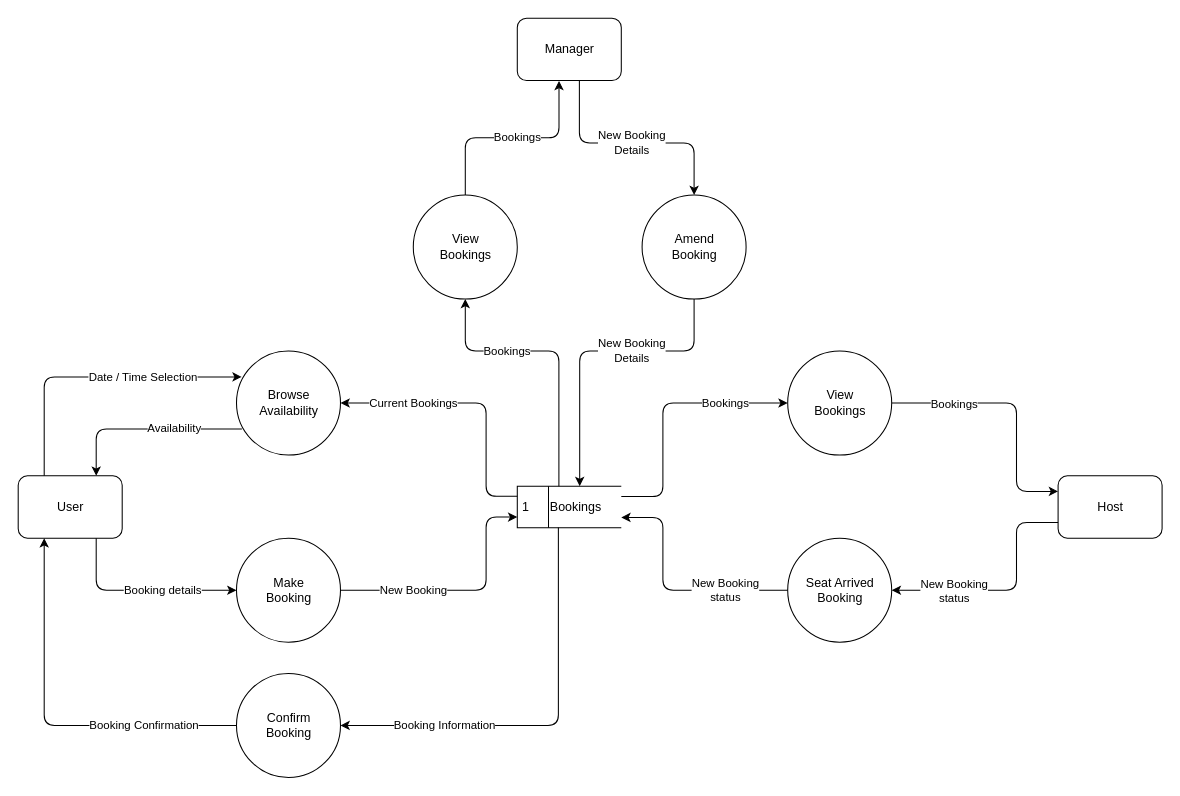
This is dataflow_diagram/dataflow_diagram_bookings.drawio from korayleigh/t3a2-a, a draw.io file, before an edit. Source tidied: cells renumbered, new cells numbered last; positions are measured from the earlier drawing's top-left corner, leaving out a move shared by most shapes. Both pictures are drawn from the tidied source at 104%, with x=0, y=0 at pixel (18, 18).
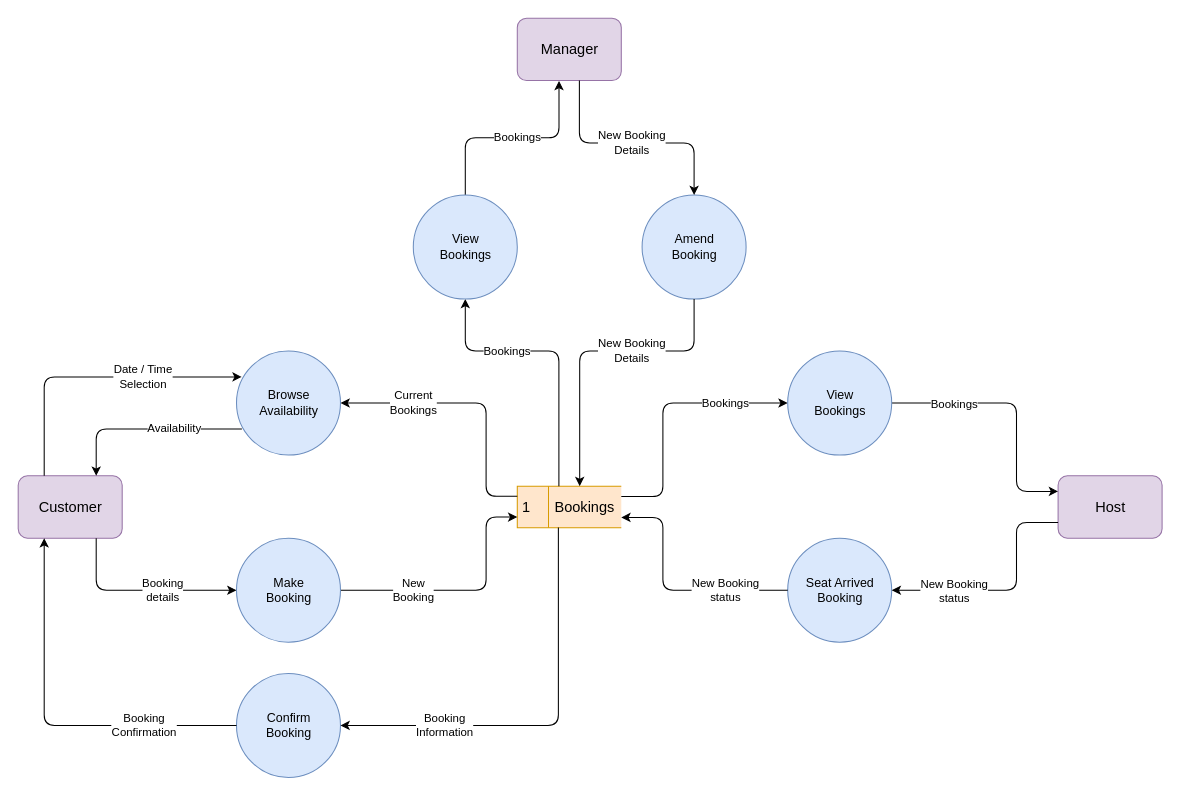
The same page after the edit.

Diff of the diagram source:
```diff
@@
-    <mxCell id="2" value="User" style="html=1;dashed=0;whitespace=wrap;rounded=1;" parent="1" vertex="1">
+    <mxCell id="2" value="Customer" style="html=1;dashed=0;whitespace=wrap;rounded=1;fontSize=14;fillColor=#e1d5e7;strokeColor=#9673a6;" parent="1" vertex="1">
       <mxGeometry y="440" width="100" height="60" as="geometry" />
     </mxCell>
-    <mxCell id="3" value="Booking details" style="endArrow=classic;html=1;edgeStyle=orthogonalEdgeStyle;rounded=1;entryX=0;entryY=0.5;entryDx=0;entryDy=0;exitX=0.75;exitY=1;exitDx=0;exitDy=0;" parent="1" edge="1" source="2" target="20">
+    <mxCell id="3" value="Booking&lt;br&gt;details" style="endArrow=classic;html=1;edgeStyle=orthogonalEdgeStyle;rounded=1;entryX=0;entryY=0.5;entryDx=0;entryDy=0;exitX=0.75;exitY=1;exitDx=0;exitDy=0;" parent="1" edge="1" source="2" target="20">
       <mxGeometry x="19.9" y="-100" as="geometry">
         <Array as="points">
           <mxPoint x="74.9" y="550" />
         </Array>
         <mxPoint x="-3" y="25" as="offset" />
       </mxGeometry>
     </mxCell>
@@
-    <mxCell id="5" value="1&lt;span style=&quot;white-space: pre&quot;&gt;&#9;&lt;/span&gt;Bookings" style="html=1;dashed=0;whitespace=wrap;shape=mxgraph.dfd.dataStoreID;align=left;spacingLeft=3;points=[[0,0],[0.5,0],[1,0],[0,0.5],[1,0.5],[0,1],[0.5,1],[1,1]];" parent="1" vertex="1">
+    <mxCell id="5" value="1&lt;span style=&quot;white-space: pre; font-size: 14px;&quot;&gt;&#9;&lt;/span&gt;Bookings" style="html=1;dashed=0;whitespace=wrap;shape=mxgraph.dfd.dataStoreID;align=left;spacingLeft=3;points=[[0,0],[0.5,0],[1,0],[0,0.5],[1,0.5],[0,1],[0.5,1],[1,1]];fillColor=#ffe6cc;strokeColor=#d79b00;fontSize=14;" parent="1" vertex="1">
       <mxGeometry x="479.9" y="450" width="100" height="40" as="geometry" />
     </mxCell>
-    <mxCell id="6" value="Manager" style="html=1;dashed=0;whitespace=wrap;rounded=1;" parent="1" vertex="1">
+    <mxCell id="6" value="Manager" style="html=1;dashed=0;whitespace=wrap;rounded=1;fontSize=14;fillColor=#e1d5e7;strokeColor=#9673a6;" parent="1" vertex="1">
       <mxGeometry x="479.9" width="100" height="60" as="geometry" />
     </mxCell>
-    <mxCell id="7" value="Host" style="html=1;dashed=0;whitespace=wrap;rounded=1;" parent="1" vertex="1">
+    <mxCell id="7" value="Host" style="html=1;dashed=0;whitespace=wrap;rounded=1;fontSize=14;fillColor=#e1d5e7;strokeColor=#9673a6;" parent="1" vertex="1">
       <mxGeometry x="999.9" y="440" width="100" height="60" as="geometry" />
     </mxCell>
-    <mxCell id="8" value="Seat Arrived&lt;br&gt;Booking" style="shape=ellipse;html=1;dashed=0;whitespace=wrap;perimeter=ellipsePerimeter;" parent="1" vertex="1">
+    <mxCell id="8" value="Seat Arrived&lt;br&gt;Booking" style="shape=ellipse;html=1;dashed=0;whitespace=wrap;perimeter=ellipsePerimeter;fillColor=#dae8fc;strokeColor=#6c8ebf;" parent="1" vertex="1">
       <mxGeometry x="739.9" y="500" width="100" height="100" as="geometry" />
     </mxCell>
@@
-    <mxCell id="11" value="Amend&lt;br&gt;Booking" style="shape=ellipse;html=1;dashed=0;whitespace=wrap;perimeter=ellipsePerimeter;" parent="1" vertex="1">
+    <mxCell id="11" value="Amend&lt;br&gt;Booking" style="shape=ellipse;html=1;dashed=0;whitespace=wrap;perimeter=ellipsePerimeter;fillColor=#dae8fc;strokeColor=#6c8ebf;" parent="1" vertex="1">
       <mxGeometry x="599.9" y="170" width="100" height="100" as="geometry" />
     </mxCell>
@@
-    <mxCell id="18" value="New Booking" style="endArrow=classic;html=1;edgeStyle=orthogonalEdgeStyle;rounded=1;exitX=1;exitY=0.5;exitDx=0;exitDy=0;" parent="1" edge="1" source="20">
+    <mxCell id="18" value="New&lt;br&gt;Booking" style="endArrow=classic;html=1;edgeStyle=orthogonalEdgeStyle;rounded=1;exitX=1;exitY=0.5;exitDx=0;exitDy=0;" parent="1" edge="1" source="20">
       <mxGeometry x="19.9" y="-100" as="geometry">
         <mxPoint x="479.9" y="479.7" as="targetPoint" />
         <Array as="points">
           <mxPoint x="449.9" y="550" />
           <mxPoint x="449.9" y="480" />
         </Array>
         <mxPoint x="-15" y="35" as="offset" />
       </mxGeometry>
     </mxCell>
-    <mxCell id="19" value="Current Bookings" style="endArrow=classic;html=1;edgeStyle=orthogonalEdgeStyle;rounded=1;entryX=1;entryY=0.5;entryDx=0;entryDy=0;" parent="1" edge="1" target="21">
+    <mxCell id="19" value="Current&lt;br&gt;Bookings" style="endArrow=classic;html=1;edgeStyle=orthogonalEdgeStyle;rounded=1;entryX=1;entryY=0.5;entryDx=0;entryDy=0;" parent="1" edge="1" target="21">
       <mxGeometry x="19.9" y="-100" as="geometry">
         <mxPoint x="479.9" y="459.7" as="sourcePoint" />
         <Array as="points">
           <mxPoint x="449.9" y="460" />
           <mxPoint x="449.9" y="370" />
         </Array>
         <mxPoint x="-15" y="-45" as="offset" />
       </mxGeometry>
     </mxCell>
-    <mxCell id="20" value="Make&lt;br&gt;Booking" style="shape=ellipse;html=1;dashed=0;whitespace=wrap;perimeter=ellipsePerimeter;" parent="1" vertex="1">
+    <mxCell id="20" value="Make&lt;br&gt;Booking" style="shape=ellipse;html=1;dashed=0;whitespace=wrap;perimeter=ellipsePerimeter;fillColor=#dae8fc;strokeColor=#6c8ebf;" parent="1" vertex="1">
       <mxGeometry x="209.9" y="500" width="100" height="100" as="geometry" />
     </mxCell>
-    <mxCell id="21" value="Browse&lt;br&gt;Availability" style="shape=ellipse;html=1;dashed=0;whitespace=wrap;perimeter=ellipsePerimeter;" parent="1" vertex="1">
+    <mxCell id="21" value="Browse&lt;br&gt;Availability" style="shape=ellipse;html=1;dashed=0;whitespace=wrap;perimeter=ellipsePerimeter;fillColor=#dae8fc;strokeColor=#6c8ebf;" parent="1" vertex="1">
       <mxGeometry x="209.9" y="320" width="100" height="100" as="geometry" />
     </mxCell>
-    <mxCell id="22" value="Date / Time Selection" style="endArrow=classic;html=1;rounded=1;edgeStyle=orthogonalEdgeStyle;exitX=0.25;exitY=0;exitDx=0;exitDy=0;entryX=0.05;entryY=0.249;entryDx=0;entryDy=0;entryPerimeter=0;" parent="1" edge="1" source="2" target="21">
+    <mxCell id="22" value="Date / Time&lt;br&gt;Selection" style="endArrow=classic;html=1;rounded=1;edgeStyle=orthogonalEdgeStyle;exitX=0.25;exitY=0;exitDx=0;exitDy=0;entryX=0.05;entryY=0.249;entryDx=0;entryDy=0;entryPerimeter=0;" parent="1" edge="1" source="2" target="21">
       <mxGeometry x="0.33" relative="1" as="geometry">
         <Array as="points">
           <mxPoint x="24.9" y="345" />
         </Array>
       </mxGeometry>
     </mxCell>
-    <mxCell id="23" value="View&lt;br&gt;Bookings" style="shape=ellipse;html=1;dashed=0;whitespace=wrap;perimeter=ellipsePerimeter;" parent="1" vertex="1">
+    <mxCell id="23" value="View&lt;br&gt;Bookings" style="shape=ellipse;html=1;dashed=0;whitespace=wrap;perimeter=ellipsePerimeter;fillColor=#dae8fc;strokeColor=#6c8ebf;" parent="1" vertex="1">
       <mxGeometry x="379.9" y="170" width="100" height="100" as="geometry" />
     </mxCell>
-    <mxCell id="24" value="View&lt;br&gt;Bookings" style="shape=ellipse;html=1;dashed=0;whitespace=wrap;perimeter=ellipsePerimeter;" parent="1" vertex="1">
+    <mxCell id="24" value="View&lt;br&gt;Bookings" style="shape=ellipse;html=1;dashed=0;whitespace=wrap;perimeter=ellipsePerimeter;fillColor=#dae8fc;strokeColor=#6c8ebf;" parent="1" vertex="1">
       <mxGeometry x="739.9" y="320" width="100" height="100" as="geometry" />
     </mxCell>
-    <mxCell id="25" value="Confirm&lt;br&gt;Booking" style="shape=ellipse;html=1;dashed=0;whitespace=wrap;perimeter=ellipsePerimeter;" parent="1" vertex="1">
+    <mxCell id="25" value="Confirm&lt;br&gt;Booking" style="shape=ellipse;html=1;dashed=0;whitespace=wrap;perimeter=ellipsePerimeter;fillColor=#dae8fc;strokeColor=#6c8ebf;" parent="1" vertex="1">
       <mxGeometry x="209.9" y="630" width="100" height="100" as="geometry" />
     </mxCell>
-    <mxCell id="26" value="Booking Information" style="endArrow=classic;html=1;rounded=1;edgeStyle=orthogonalEdgeStyle;exitX=0.395;exitY=0.995;exitDx=0;exitDy=0;exitPerimeter=0;entryX=1;entryY=0.5;entryDx=0;entryDy=0;" parent="1" edge="1" source="5" target="25">
+    <mxCell id="26" value="Booking&lt;br&gt;Information" style="endArrow=classic;html=1;rounded=1;edgeStyle=orthogonalEdgeStyle;exitX=0.395;exitY=0.995;exitDx=0;exitDy=0;exitPerimeter=0;entryX=1;entryY=0.5;entryDx=0;entryDy=0;" parent="1" edge="1" source="5" target="25">
       <mxGeometry x="0.5" relative="1" as="geometry" />
     </mxCell>
-    <mxCell id="27" value="Booking Confirmation" style="endArrow=classic;html=1;rounded=1;edgeStyle=orthogonalEdgeStyle;exitX=0;exitY=0.5;exitDx=0;exitDy=0;entryX=0.25;entryY=1;entryDx=0;entryDy=0;" parent="1" edge="1" source="25" target="2">
+    <mxCell id="27" value="Booking&lt;br&gt;Confirmation" style="endArrow=classic;html=1;rounded=1;edgeStyle=orthogonalEdgeStyle;exitX=0;exitY=0.5;exitDx=0;exitDy=0;entryX=0.25;entryY=1;entryDx=0;entryDy=0;" parent="1" edge="1" source="25" target="2">
       <mxGeometry x="-0.51" relative="1" as="geometry" />
     </mxCell>
```
